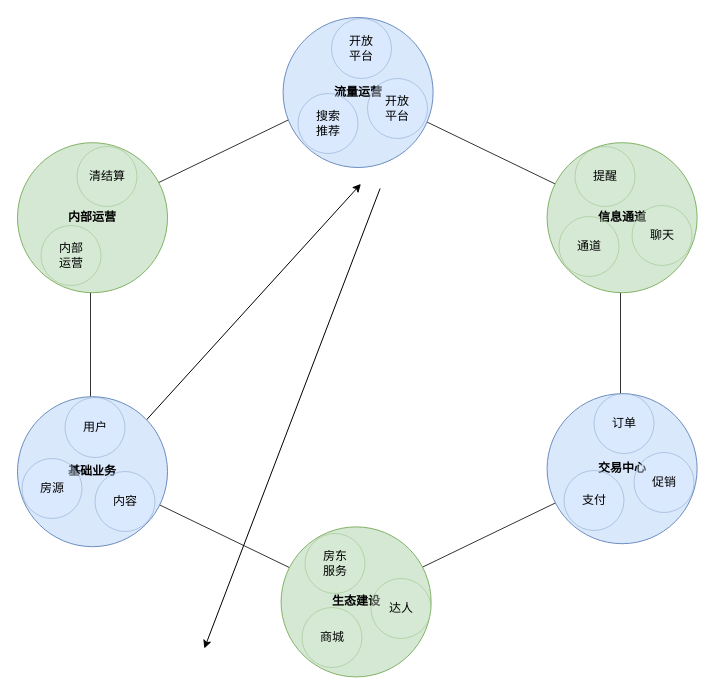
The draw.io diagram page "Page-1" (1 of 2) of 业务系统.drawio in NonePro/UML, before the edit. Source tidied: cells renumbered, new cells numbered last; positions are measured from the earlier drawing's top-left corner, leaving out a move shared by most shapes. Both pictures are drawn from the tidied source at 100%, with x=0, y=0 at pixel (17, 17).
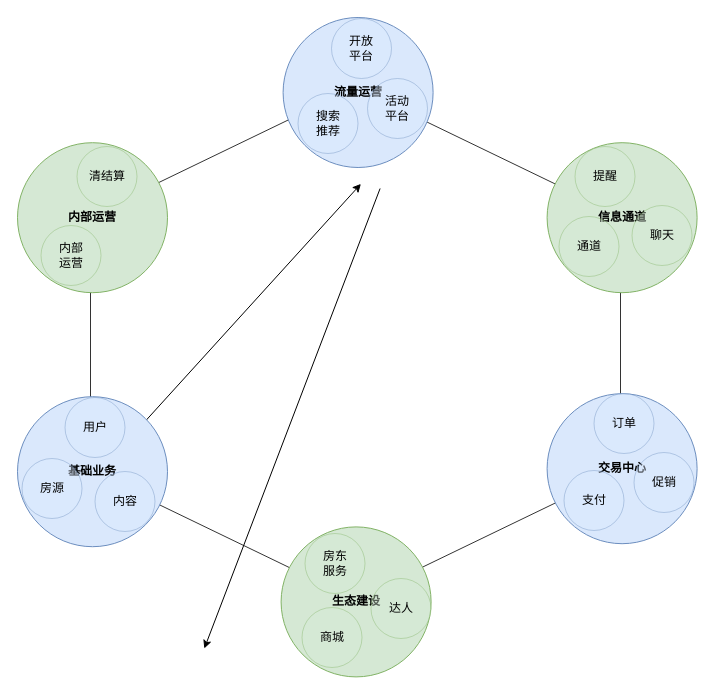
The same diagram, later.

Change to the diagram source:
```diff
@@
-    <mxCell id="26" value="开放&lt;br&gt;平台" style="ellipse;whiteSpace=wrap;html=1;fillColor=#dae8fc;strokeColor=#6c8ebf;opacity=40;" parent="13" vertex="1">
+    <mxCell id="26" value="活动&lt;br&gt;平台" style="ellipse;whiteSpace=wrap;html=1;fillColor=#dae8fc;strokeColor=#6c8ebf;opacity=40;" parent="13" vertex="1">
       <mxGeometry x="350" y="61" width="60" height="60" as="geometry" />
     </mxCell>
```
